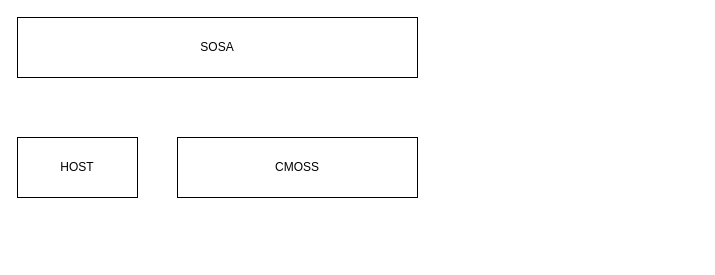
The draw.io diagram MBSE/CAS/Drawio/modular-open-systems-approach.drawio in robotics-intelligent-systems/jfxmbdss, before the edit. Source tidied: cells renumbered, new cells numbered last; positions are measured from the earlier drawing's top-left corner, leaving out a move shared by most shapes. Both pictures are drawn from the tidied source at 100%, with x=0, y=0 at pixel (17, 17).
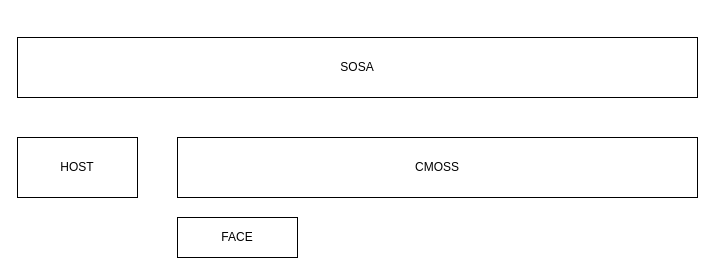
Above is the later version.

Commit message (it also covers changes not shown here):
[fix] Including face block

The edit, as a diff of the source:
```diff
@@
 <mxGraphModel>
   <root>
     <mxCell id="0" />
     <mxCell id="1" parent="0" />
     <mxCell id="2" value="SOSA" style="rounded=0;whiteSpace=wrap;html=1;" parent="1" vertex="1">
-      <mxGeometry width="400" height="60" as="geometry" />
+      <mxGeometry y="20" width="680" height="60" as="geometry" />
     </mxCell>
     <mxCell id="3" value="HOST" style="rounded=0;whiteSpace=wrap;html=1;" parent="1" vertex="1">
       <mxGeometry y="120" width="120" height="60" as="geometry" />
     </mxCell>
     <mxCell id="4" value="CMOSS" style="rounded=0;whiteSpace=wrap;html=1;" parent="1" vertex="1">
-      <mxGeometry x="160" y="120" width="240" height="60" as="geometry" />
+      <mxGeometry x="160" y="120" width="520" height="60" as="geometry" />
     </mxCell>
+    <mxCell id="5" value="FACE" style="rounded=0;whiteSpace=wrap;html=1;" parent="1" vertex="1">
+      <mxGeometry x="160" y="200" width="120" height="40" as="geometry" />
+    </mxCell>
   </root>
 </mxGraphModel>
```
